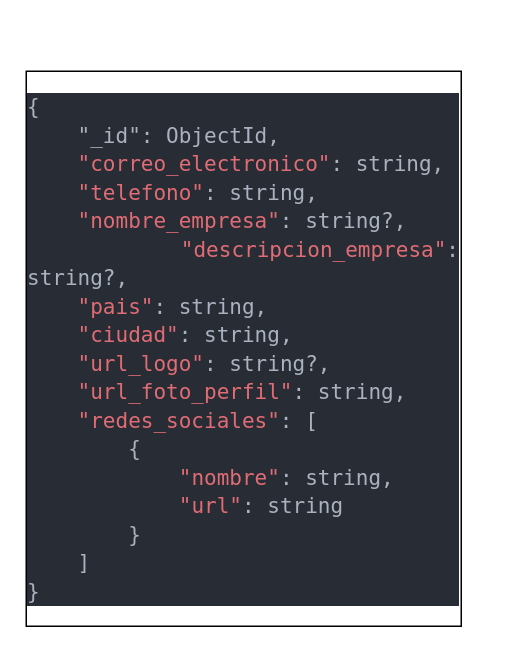
This is Base de datos/Organizers/Organizers.drawio from moises-ph/Nodens-documentacion, a draw.io file, before an edit. Source tidied: cells renumbered, new cells numbered last; positions are measured from the earlier drawing's top-left corner, leaving out a move shared by most shapes. Both pictures are drawn from the tidied source at 150%, with x=0, y=0 at pixel (26, 26).
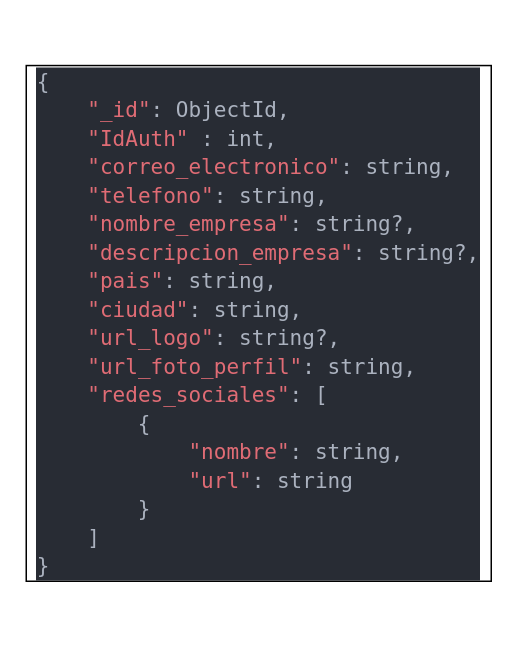
The same diagram, later.

Change to the diagram source:
```diff
@@
 <mxGraphModel>
   <root>
     <mxCell id="0" />
     <mxCell id="1" parent="0" />
     <mxCell id="2" style="group;" parent="1" vertex="1">
-      <mxGeometry width="290" height="400" as="geometry" />
+      <mxGeometry width="310" height="370" as="geometry" />
     </mxCell>
-    <mxCell id="3" value="&lt;div style=&quot;text-align: justify; font-size: 14px;&quot;&gt;&lt;div style=&quot;color: rgb(169, 177, 214); background-color: rgb(26, 27, 38); font-family: Consolas, &amp;quot;Courier New&amp;quot;, monospace; line-height: 19px;&quot;&gt;&lt;div style=&quot;line-height: 19px;&quot;&gt;&lt;div style=&quot;color: rgb(171, 178, 191); background-color: rgb(40, 44, 52); font-family: &amp;quot;DejaVu Sans Mono&amp;quot;, Consolas, &amp;quot;Courier New&amp;quot;, monospace; line-height: 19px;&quot;&gt;&lt;div&gt;{&lt;/div&gt;&lt;div&gt;&amp;nbsp; &amp;nbsp; &quot;_id&quot;: ObjectId,&lt;/div&gt;&lt;div&gt;&amp;nbsp; &amp;nbsp; &lt;span style=&quot;color: #e06c75;&quot;&gt;&quot;correo_electronico&quot;&lt;/span&gt;: string,&lt;/div&gt;&lt;div&gt;&amp;nbsp; &amp;nbsp; &lt;span style=&quot;color: #e06c75;&quot;&gt;&quot;telefono&quot;&lt;/span&gt;: string,&lt;/div&gt;&lt;div&gt;&amp;nbsp; &amp;nbsp; &lt;span style=&quot;color: #e06c75;&quot;&gt;&quot;nombre_empresa&quot;&lt;/span&gt;: string?,&lt;/div&gt;&lt;div&gt;&amp;nbsp; &amp;nbsp; &lt;span style=&quot;color: #e06c75;&quot;&gt;&quot;descripcion_empresa&quot;&lt;/span&gt;: string?,&lt;/div&gt;&lt;div&gt;&amp;nbsp; &amp;nbsp; &lt;span style=&quot;color: #e06c75;&quot;&gt;&quot;pais&quot;&lt;/span&gt;: string,&lt;/div&gt;&lt;div&gt;&amp;nbsp; &amp;nbsp; &lt;span style=&quot;color: #e06c75;&quot;&gt;&quot;ciudad&quot;&lt;/span&gt;: string,&lt;/div&gt;&lt;div&gt;&amp;nbsp; &amp;nbsp; &lt;span style=&quot;color: #e06c75;&quot;&gt;&quot;url_logo&quot;&lt;/span&gt;: string?,&lt;/div&gt;&lt;div&gt;&amp;nbsp; &amp;nbsp; &lt;span style=&quot;color: #e06c75;&quot;&gt;&quot;url_foto_perfil&quot;&lt;/span&gt;: string,&lt;/div&gt;&lt;div&gt;&amp;nbsp; &amp;nbsp; &lt;span style=&quot;color: #e06c75;&quot;&gt;&quot;redes_sociales&quot;&lt;/span&gt;: [&lt;/div&gt;&lt;div&gt;&amp;nbsp; &amp;nbsp; &amp;nbsp; &amp;nbsp; {&lt;/div&gt;&lt;div&gt;&amp;nbsp; &amp;nbsp; &amp;nbsp; &amp;nbsp; &amp;nbsp; &amp;nbsp; &lt;span style=&quot;color: #e06c75;&quot;&gt;&quot;nombre&quot;&lt;/span&gt;: string,&lt;/div&gt;&lt;div&gt;&amp;nbsp; &amp;nbsp; &amp;nbsp; &amp;nbsp; &amp;nbsp; &amp;nbsp; &lt;span style=&quot;color: #e06c75;&quot;&gt;&quot;url&quot;&lt;/span&gt;: string&lt;/div&gt;&lt;div&gt;&amp;nbsp; &amp;nbsp; &amp;nbsp; &amp;nbsp; }&lt;/div&gt;&lt;div&gt;&amp;nbsp; &amp;nbsp; ]&lt;/div&gt;&lt;div&gt;}&lt;/div&gt;&lt;/div&gt;&lt;/div&gt;&lt;/div&gt;&lt;/div&gt;&lt;div style=&quot;text-align: justify;&quot;&gt;&lt;/div&gt;" style="rounded=0;whiteSpace=wrap;html=1;" parent="2" vertex="1">
-      <mxGeometry y="30" width="290" height="370" as="geometry" />
+    <mxCell id="3" value="&lt;div style=&quot;text-align: justify; font-size: 14px;&quot;&gt;&lt;div style=&quot;background-color: rgb(26, 27, 38); font-family: Consolas, &amp;quot;Courier New&amp;quot;, monospace; line-height: 19px;&quot;&gt;&lt;div style=&quot;line-height: 19px;&quot;&gt;&lt;div style=&quot;background-color: rgb(40, 44, 52); font-family: &amp;quot;DejaVu Sans Mono&amp;quot;, Consolas, &amp;quot;Courier New&amp;quot;, monospace; line-height: 19px;&quot;&gt;&lt;div style=&quot;color: rgb(171, 178, 191);&quot;&gt;{&lt;/div&gt;&lt;div style=&quot;&quot;&gt;&lt;font color=&quot;#abb2bf&quot;&gt;&amp;nbsp; &amp;nbsp; &lt;/font&gt;&lt;font color=&quot;#e06c75&quot;&gt;&quot;_id&quot;&lt;/font&gt;&lt;font color=&quot;#abb2bf&quot;&gt;: ObjectId,&lt;/font&gt;&lt;/div&gt;&lt;div style=&quot;color: rgb(171, 178, 191);&quot;&gt;&lt;font color=&quot;#abb2bf&quot;&gt;&amp;nbsp; &amp;nbsp;&amp;nbsp;&lt;/font&gt;&lt;font color=&quot;#e06c75&quot;&gt;&quot;IdAuth&quot;&lt;/font&gt;&lt;font color=&quot;#abb2bf&quot;&gt;&amp;nbsp;: int,&lt;/font&gt;&lt;br&gt;&lt;/div&gt;&lt;div style=&quot;color: rgb(171, 178, 191);&quot;&gt;&amp;nbsp; &amp;nbsp; &lt;span style=&quot;color: #e06c75;&quot;&gt;&quot;correo_electronico&quot;&lt;/span&gt;: string,&lt;/div&gt;&lt;div style=&quot;color: rgb(171, 178, 191);&quot;&gt;&amp;nbsp; &amp;nbsp; &lt;span style=&quot;color: #e06c75;&quot;&gt;&quot;telefono&quot;&lt;/span&gt;: string,&lt;/div&gt;&lt;div style=&quot;color: rgb(171, 178, 191);&quot;&gt;&amp;nbsp; &amp;nbsp; &lt;span style=&quot;color: #e06c75;&quot;&gt;&quot;nombre_empresa&quot;&lt;/span&gt;: string?,&lt;/div&gt;&lt;div style=&quot;color: rgb(171, 178, 191);&quot;&gt;&amp;nbsp; &amp;nbsp; &lt;span style=&quot;color: #e06c75;&quot;&gt;&quot;descripcion_empresa&quot;&lt;/span&gt;: string?,&lt;/div&gt;&lt;div style=&quot;color: rgb(171, 178, 191);&quot;&gt;&amp;nbsp; &amp;nbsp; &lt;span style=&quot;color: #e06c75;&quot;&gt;&quot;pais&quot;&lt;/span&gt;: string,&lt;/div&gt;&lt;div style=&quot;color: rgb(171, 178, 191);&quot;&gt;&amp;nbsp; &amp;nbsp; &lt;span style=&quot;color: #e06c75;&quot;&gt;&quot;ciudad&quot;&lt;/span&gt;: string,&lt;/div&gt;&lt;div style=&quot;color: rgb(171, 178, 191);&quot;&gt;&amp;nbsp; &amp;nbsp; &lt;span style=&quot;color: #e06c75;&quot;&gt;&quot;url_logo&quot;&lt;/span&gt;: string?,&lt;/div&gt;&lt;div style=&quot;color: rgb(171, 178, 191);&quot;&gt;&amp;nbsp; &amp;nbsp; &lt;span style=&quot;color: #e06c75;&quot;&gt;&quot;url_foto_perfil&quot;&lt;/span&gt;: string,&lt;/div&gt;&lt;div style=&quot;color: rgb(171, 178, 191);&quot;&gt;&amp;nbsp; &amp;nbsp; &lt;span style=&quot;color: #e06c75;&quot;&gt;&quot;redes_sociales&quot;&lt;/span&gt;: [&lt;/div&gt;&lt;div style=&quot;color: rgb(171, 178, 191);&quot;&gt;&amp;nbsp; &amp;nbsp; &amp;nbsp; &amp;nbsp; {&lt;/div&gt;&lt;div style=&quot;color: rgb(171, 178, 191);&quot;&gt;&amp;nbsp; &amp;nbsp; &amp;nbsp; &amp;nbsp; &amp;nbsp; &amp;nbsp; &lt;span style=&quot;color: #e06c75;&quot;&gt;&quot;nombre&quot;&lt;/span&gt;: string,&lt;/div&gt;&lt;div style=&quot;color: rgb(171, 178, 191);&quot;&gt;&amp;nbsp; &amp;nbsp; &amp;nbsp; &amp;nbsp; &amp;nbsp; &amp;nbsp; &lt;span style=&quot;color: #e06c75;&quot;&gt;&quot;url&quot;&lt;/span&gt;: string&lt;/div&gt;&lt;div style=&quot;color: rgb(171, 178, 191);&quot;&gt;&amp;nbsp; &amp;nbsp; &amp;nbsp; &amp;nbsp; }&lt;/div&gt;&lt;div style=&quot;color: rgb(171, 178, 191);&quot;&gt;&amp;nbsp; &amp;nbsp; ]&lt;/div&gt;&lt;div style=&quot;color: rgb(171, 178, 191);&quot;&gt;}&lt;/div&gt;&lt;/div&gt;&lt;/div&gt;&lt;/div&gt;&lt;/div&gt;&lt;div style=&quot;text-align: justify;&quot;&gt;&lt;/div&gt;" style="rounded=0;whiteSpace=wrap;html=1;" parent="2" vertex="1">
+      <mxGeometry y="26.2" width="310" height="343.8" as="geometry" />
     </mxCell>
     <mxCell id="4" value="Organizer_Document" style="text;html=1;align=center;verticalAlign=middle;strokeColor=none;fillColor=none;fontSize=14;fontColor=#FFFFFF;" parent="2" vertex="1">
       <mxGeometry width="160" height="30" as="geometry" />
     </mxCell>
   </root>
 </mxGraphModel>
```
